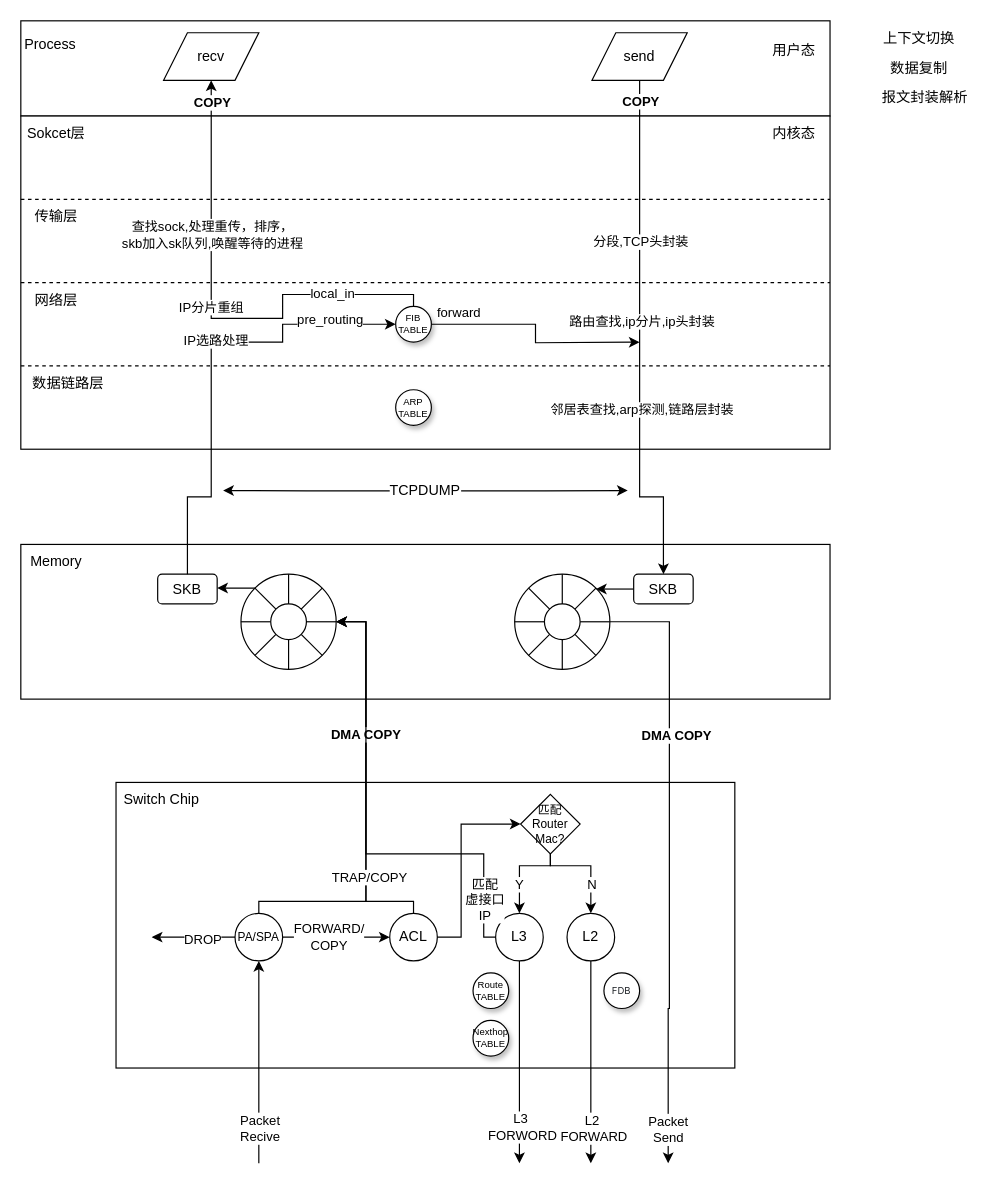
Before: page "packet" (12 of 12) of kernel.drawio in adinxu/draw.io, a draw.io diagram. Source tidied: cells renumbered, new cells numbered last; positions are measured from the earlier drawing's top-left corner, leaving out a move shared by most shapes. Both pictures are drawn from the tidied source at 119%, with x=0, y=0 at pixel (20, 20).
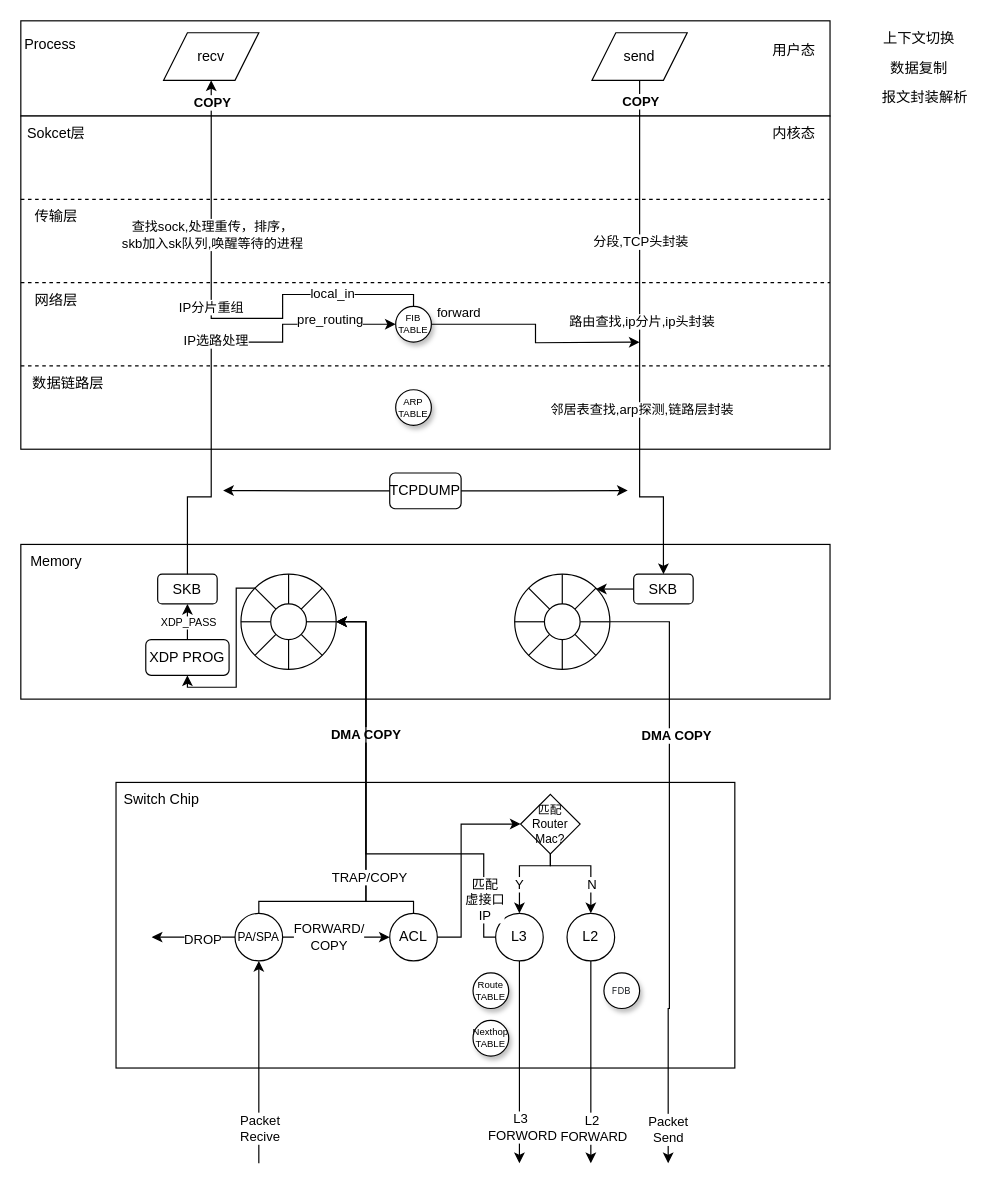
The same page after the edit.

The change refers to these unchanged cells:
```xml
<mxCell id="2" style="group;" parent="1" vertex="1">
  <mxGeometry x="160" y="440" width="520" height="130" as="geometry" />
</mxCell>
<mxCell id="16" style="ellipse;whiteSpace=wrap;html=1;" parent="15" vertex="1">
  <mxGeometry width="80" height="80" as="geometry" />
</mxCell>
<mxCell id="26" value="SKB" style="rounded=1;whiteSpace=wrap;html=1;" parent="2" vertex="1">
  <mxGeometry x="-45" y="25" width="50" height="25" as="geometry" />
</mxCell>
```

Diff of the diagram source:
```diff
@@
-    <mxCell id="27" style="edgeStyle=orthogonalEdgeStyle;rounded=0;jettySize=auto;html=1;exitX=0;exitY=0;exitDx=0;exitDy=0;entryX=1;entryY=0.5;entryDx=0;entryDy=0;" parent="2" edge="1" source="16" target="26">
-      <mxGeometry relative="1" as="geometry" />
-    </mxCell>
@@
+    <mxCell id="103" value="XDP PROG" style="text;html=1;align=center;verticalAlign=middle;whiteSpace=wrap;rounded=1;strokeColor=default;" parent="2" vertex="1">
+      <mxGeometry x="-55" y="80" width="70" height="30" as="geometry" />
+    </mxCell>
+    <mxCell id="27" style="edgeStyle=orthogonalEdgeStyle;rounded=0;jettySize=auto;html=1;exitX=0;exitY=0;exitDx=0;exitDy=0;entryX=0.5;entryY=1;entryDx=0;entryDy=0;" parent="2" edge="1" source="16" target="103">
+      <mxGeometry relative="1" as="geometry">
+        <Array as="points">
+          <mxPoint x="21" y="37" />
+          <mxPoint x="21" y="120" />
+        </Array>
+      </mxGeometry>
+    </mxCell>
+    <mxCell id="104" style="edgeStyle=orthogonalEdgeStyle;rounded=0;jettySize=auto;html=1;exitX=0.5;exitY=0;exitDx=0;exitDy=0;entryX=0.5;entryY=1;entryDx=0;entryDy=0;" parent="2" edge="1" source="103" target="26">
+      <mxGeometry relative="1" as="geometry" />
+    </mxCell>
+    <mxCell id="105" value="XDP_PASS" style="edgeLabel;html=1;align=center;verticalAlign=middle;fontSize=9;" parent="104" vertex="1">
+      <mxGeometry x="0.06" y="2" relative="1" as="geometry">
+        <mxPoint x="2" y="1" as="offset" />
+      </mxGeometry>
+    </mxCell>
@@
-    <mxCell id="102" value="TCPDUMP" style="text;html=1;align=center;verticalAlign=middle;whiteSpace=wrap;rounded=0;" parent="1" vertex="1">
+    <mxCell id="102" value="TCPDUMP" style="text;html=1;align=center;verticalAlign=middle;whiteSpace=wrap;rounded=1;strokeColor=default;" parent="1" vertex="1">
       <mxGeometry x="310" y="380" width="60" height="30" as="geometry" />
     </mxCell>
```
